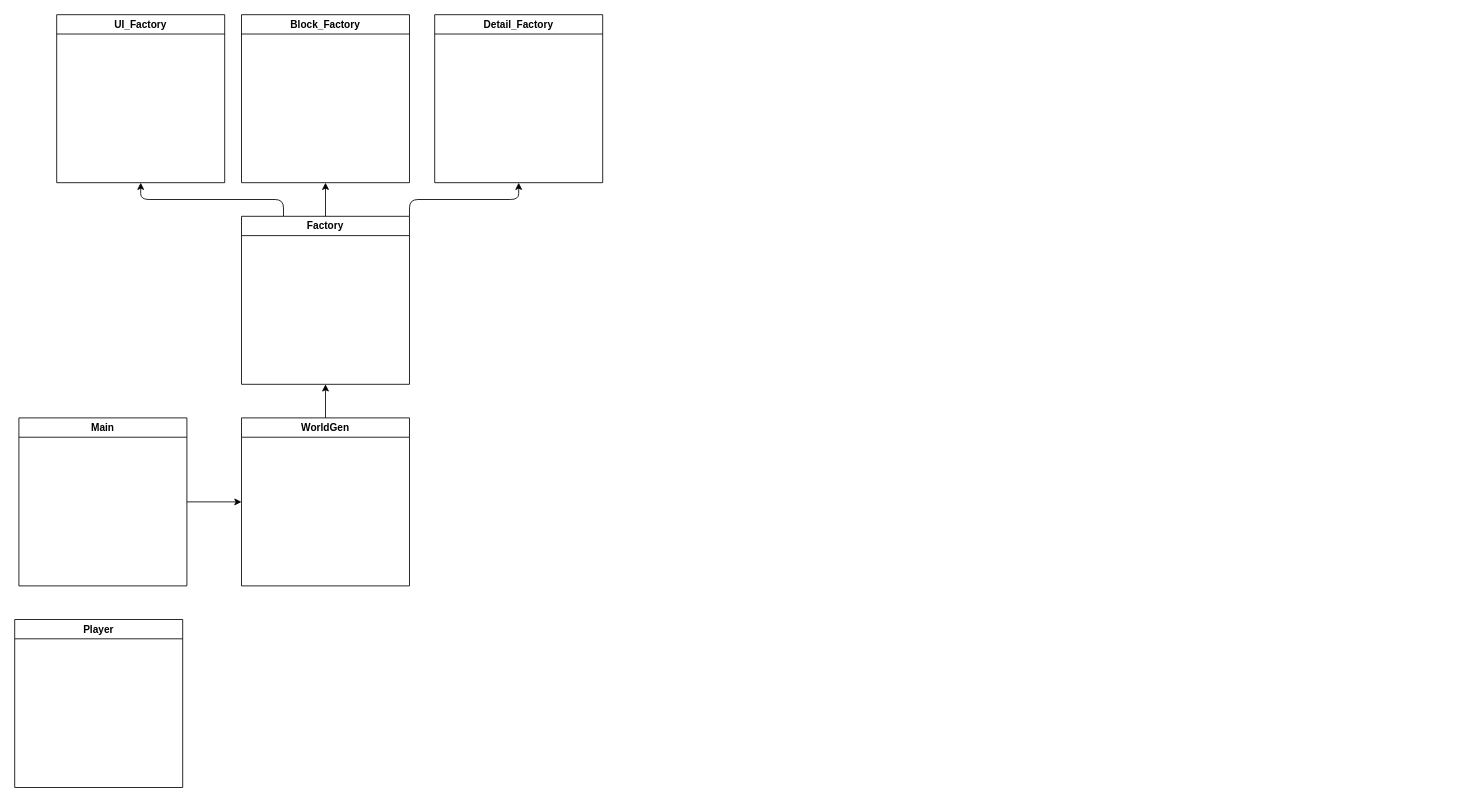
Before: Assets/UML.drawio in Dragonias01/Blockgame, a draw.io diagram. Source tidied: cells renumbered, new cells numbered last; positions are measured from the earlier drawing's top-left corner, leaving out a move shared by most shapes. Both pictures are drawn from the tidied source at 84%, with x=0, y=0 at pixel (14, 14).
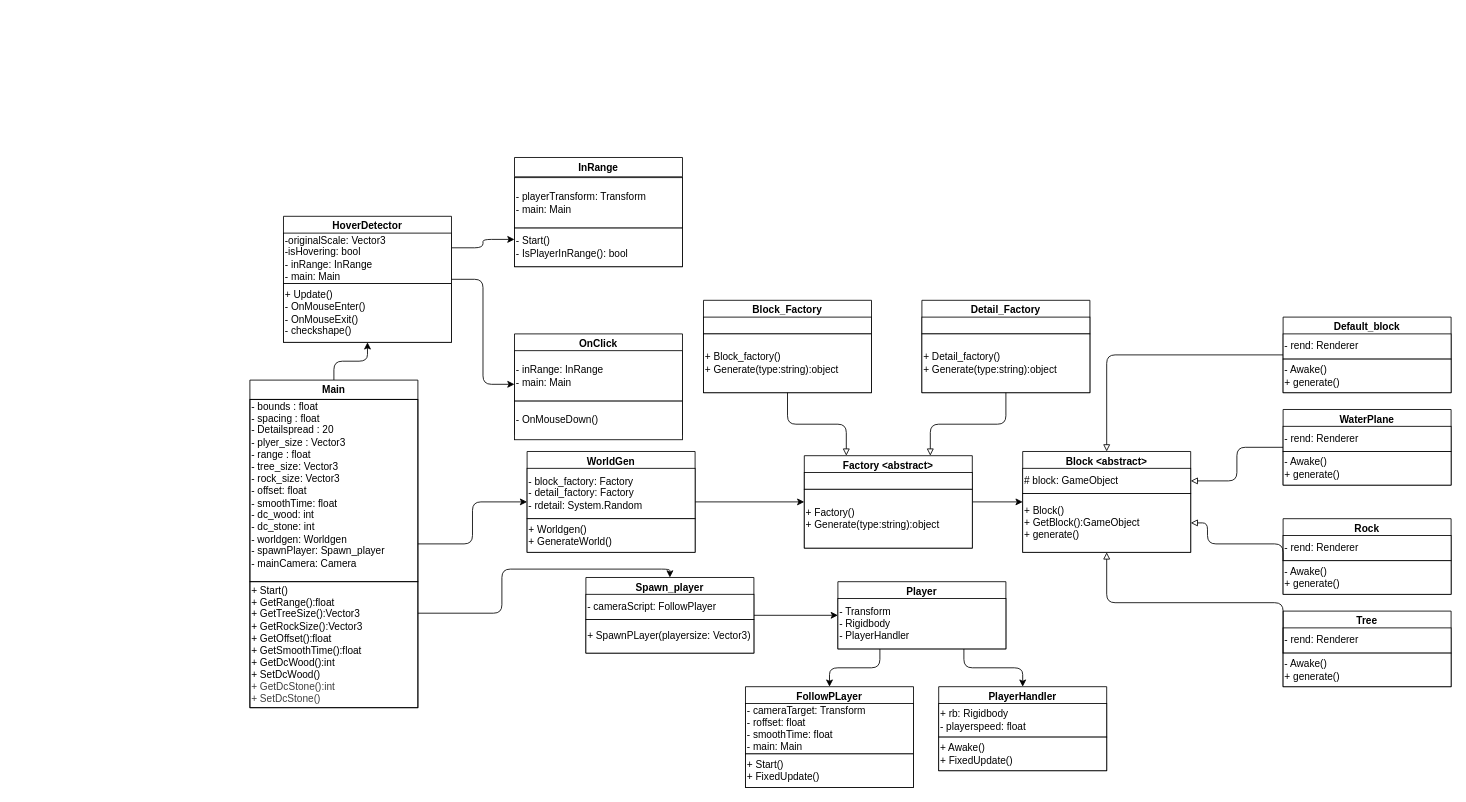
The same diagram, later.

The edit, as a diff of the source:
```diff
@@
-    <mxCell id="2" style="edgeStyle=none;html=1;exitX=1;exitY=0.5;exitDx=0;exitDy=0;entryX=0;entryY=0.5;entryDx=0;entryDy=0;" parent="1" edge="1" source="3" target="5">
+    <mxCell id="2" style="edgeStyle=orthogonalEdgeStyle;html=1;exitX=1;exitY=0.5;exitDx=0;exitDy=0;entryX=0;entryY=0.5;entryDx=0;entryDy=0;" parent="1" edge="1" source="3" target="5">
       <mxGeometry relative="1" as="geometry" />
     </mxCell>
+    <mxCell id="14" style="edgeStyle=orthogonalEdgeStyle;html=1;exitX=0.5;exitY=0;exitDx=0;exitDy=0;entryX=0.5;entryY=1;entryDx=0;entryDy=0;" parent="1" edge="1" source="3" target="64">
+      <mxGeometry relative="1" as="geometry" />
+    </mxCell>
     <mxCell id="3" value="Main" style="swimlane;whiteSpace=wrap;html=1;" parent="1" vertex="1">
-      <mxGeometry x="5" y="480" width="200" height="200" as="geometry" />
+      <mxGeometry x="280" y="435" width="200" height="390" as="geometry" />
     </mxCell>
+    <mxCell id="15" value="- bounds : float&lt;div&gt;- spacing : float&lt;/div&gt;&lt;div&gt;- Detailspread : 20&lt;/div&gt;&lt;div&gt;- plyer_size : Vector3&lt;/div&gt;&lt;div&gt;- range : float&lt;/div&gt;&lt;div&gt;- tree_size: Vector3&lt;/div&gt;&lt;div&gt;- rock_size: Vector3&lt;/div&gt;&lt;div&gt;- offset: float&lt;/div&gt;&lt;div&gt;- smoothTime: float&lt;/div&gt;&lt;div&gt;- dc_wood: int&lt;br&gt;- dc_stone: int&lt;br&gt;- worldgen: Worldgen&lt;/div&gt;&lt;div&gt;- spawnPlayer: Spawn_player&lt;br&gt;- mainCamera: Camera&lt;/div&gt;&lt;div&gt;&lt;br&gt;&lt;/div&gt;" style="whiteSpace=wrap;html=1;align=left;fillColor=none;" parent="3" vertex="1">
+      <mxGeometry y="23" width="200" height="217" as="geometry" />
+    </mxCell>
+    <mxCell id="16" value="+ Start()&lt;br&gt;+ GetRange():float&lt;div&gt;+ GetTreeSize():Vector3&lt;/div&gt;&lt;div&gt;+ GetRockSize():Vector3&lt;br&gt;+ GetOffset():float&lt;/div&gt;&lt;div&gt;+ GetSmoothTime():float&lt;/div&gt;&lt;div&gt;+ GetDcWood():int&lt;/div&gt;&lt;div&gt;+ SetDcWood()&lt;/div&gt;&lt;div&gt;&lt;div style=&quot;color: rgb(63, 63, 63); scrollbar-color: rgb(226, 226, 226) rgb(251, 251, 251);&quot;&gt;+ GetDcStone():int&lt;/div&gt;&lt;div style=&quot;color: rgb(63, 63, 63); scrollbar-color: rgb(226, 226, 226) rgb(251, 251, 251);&quot;&gt;+ SetDcStone()&lt;/div&gt;&lt;/div&gt;" style="whiteSpace=wrap;html=1;align=left;fillColor=none;" parent="3" vertex="1">
+      <mxGeometry y="240" width="200" height="150" as="geometry" />
+    </mxCell>
-    <mxCell id="4" style="edgeStyle=none;html=1;exitX=0.5;exitY=0;exitDx=0;exitDy=0;entryX=0.5;entryY=1;entryDx=0;entryDy=0;" parent="1" edge="1" source="5" target="10">
+    <mxCell id="4" style="edgeStyle=none;html=1;exitX=1;exitY=0.5;exitDx=0;exitDy=0;entryX=0;entryY=0.5;entryDx=0;entryDy=0;" parent="1" edge="1" source="5" target="10">
       <mxGeometry relative="1" as="geometry" />
     </mxCell>
     <mxCell id="5" value="WorldGen" style="swimlane;whiteSpace=wrap;html=1;" parent="1" vertex="1">
-      <mxGeometry x="270" y="480" width="200" height="200" as="geometry" />
+      <mxGeometry x="610" y="520" width="200" height="120" as="geometry" />
     </mxCell>
+    <mxCell id="17" value="- block_factory: Factory&lt;br&gt;- detail_factory: Factory&lt;br&gt;- rdetail: System.Random" style="whiteSpace=wrap;html=1;align=left;" parent="5" vertex="1">
+      <mxGeometry y="20" width="200" height="60" as="geometry" />
+    </mxCell>
+    <mxCell id="18" value="+ Worldgen()&lt;div&gt;+ GenerateWorld()&lt;/div&gt;" style="whiteSpace=wrap;html=1;align=left;" parent="5" vertex="1">
+      <mxGeometry y="80" width="200" height="40" as="geometry" />
+    </mxCell>
-    <mxCell id="6" value="Player" style="swimlane;whiteSpace=wrap;html=1;" parent="1" vertex="1">
-      <mxGeometry y="720" width="200" height="200" as="geometry" />
+    <mxCell id="6" value="FollowPLayer" style="swimlane;whiteSpace=wrap;html=1;" parent="1" vertex="1">
+      <mxGeometry x="870" y="800" width="200" height="120" as="geometry" />
     </mxCell>
-    <mxCell id="7" style="edgeStyle=orthogonalEdgeStyle;html=1;exitX=0.25;exitY=0;exitDx=0;exitDy=0;entryX=0.5;entryY=1;entryDx=0;entryDy=0;" parent="1" edge="1" source="10" target="11">
-      <mxGeometry relative="1" as="geometry" />
-    </mxCell>
-    <mxCell id="8" style="edgeStyle=none;html=1;exitX=0.5;exitY=0;exitDx=0;exitDy=0;entryX=0.5;entryY=1;entryDx=0;entryDy=0;" parent="1" edge="1" source="10" target="12">
-      <mxGeometry relative="1" as="geometry" />
-    </mxCell>
-    <mxCell id="9" style="edgeStyle=orthogonalEdgeStyle;html=1;exitX=1;exitY=0;exitDx=0;exitDy=0;entryX=0.5;entryY=1;entryDx=0;entryDy=0;" parent="1" edge="1" source="10" target="13">
-      <mxGeometry relative="1" as="geometry" />
-    </mxCell>
+    <mxCell id="19" value="- cameraTarget: Transform&lt;br&gt;- roffset: float&lt;div&gt;- smoothTime: float&lt;br&gt;- main: Main&lt;/div&gt;" style="whiteSpace=wrap;html=1;align=left;" parent="6" vertex="1">
+      <mxGeometry y="20" width="200" height="60" as="geometry" />
+    </mxCell>
+    <mxCell id="20" value="+ Start()&lt;div&gt;+ FixedUpdate()&lt;/div&gt;" style="whiteSpace=wrap;html=1;align=left;" parent="6" vertex="1">
+      <mxGeometry y="80" width="200" height="40" as="geometry" />
+    </mxCell>
+    <mxCell id="21" style="edgeStyle=none;html=1;exitX=1;exitY=0.5;exitDx=0;exitDy=0;entryX=0;entryY=0.5;entryDx=0;entryDy=0;" parent="1" edge="1" source="10" target="35">
+      <mxGeometry relative="1" as="geometry" />
+    </mxCell>
-    <mxCell id="10" value="Factory" style="swimlane;whiteSpace=wrap;html=1;" parent="1" vertex="1">
-      <mxGeometry x="270" y="240" width="200" height="200" as="geometry" />
+    <mxCell id="10" value="Factory &amp;lt;abstract&amp;gt;" style="swimlane;whiteSpace=wrap;html=1;" parent="1" vertex="1">
+      <mxGeometry x="940" y="525" width="200" height="110" as="geometry" />
     </mxCell>
-    <mxCell id="11" value="UI_Factory" style="swimlane;whiteSpace=wrap;html=1;" parent="1" vertex="1">
-      <mxGeometry x="50" width="200" height="200" as="geometry" />
-    </mxCell>
+    <mxCell id="22" style="whiteSpace=wrap;html=1;align=left;" parent="10" vertex="1">
+      <mxGeometry y="20" width="200" height="20" as="geometry" />
+    </mxCell>
+    <mxCell id="23" value="+ Factory()&lt;div&gt;+ Generate(type:string):object&lt;/div&gt;" style="whiteSpace=wrap;html=1;align=left;" parent="10" vertex="1">
+      <mxGeometry y="40" width="200" height="70" as="geometry" />
+    </mxCell>
     <mxCell id="12" value="Block_Factory" style="swimlane;whiteSpace=wrap;html=1;" parent="1" vertex="1">
-      <mxGeometry x="270" width="200" height="200" as="geometry" />
+      <mxGeometry x="820" y="340" width="200" height="110" as="geometry" />
     </mxCell>
+    <mxCell id="24" style="whiteSpace=wrap;html=1;align=left;" parent="12" vertex="1">
+      <mxGeometry y="20" width="200" height="20" as="geometry" />
+    </mxCell>
+    <mxCell id="25" value="+ Block_factory()&lt;div&gt;+ Generate(type:string):object&lt;/div&gt;" style="whiteSpace=wrap;html=1;align=left;" parent="12" vertex="1">
+      <mxGeometry y="40" width="200" height="70" as="geometry" />
+    </mxCell>
     <mxCell id="13" value="Detail_Factory" style="swimlane;whiteSpace=wrap;html=1;" parent="1" vertex="1">
-      <mxGeometry x="500" width="200" height="200" as="geometry" />
+      <mxGeometry x="1080" y="340" width="200" height="110" as="geometry" />
     </mxCell>
+    <mxCell id="26" style="whiteSpace=wrap;html=1;align=left;" parent="13" vertex="1">
+      <mxGeometry y="20" width="200" height="20" as="geometry" />
+    </mxCell>
+    <mxCell id="27" value="+ Detail_factory()&lt;div&gt;+ Generate(type:string):object&lt;/div&gt;" style="whiteSpace=wrap;html=1;align=left;" parent="13" vertex="1">
+      <mxGeometry y="40" width="200" height="70" as="geometry" />
+    </mxCell>
+    <mxCell id="28" value="PlayerHandler" style="swimlane;whiteSpace=wrap;html=1;" parent="1" vertex="1">
+      <mxGeometry x="1100" y="800" width="200" height="100" as="geometry" />
+    </mxCell>
+    <mxCell id="29" value="+ rb: Rigidbody&lt;div&gt;- playerspeed: float&lt;/div&gt;" style="whiteSpace=wrap;html=1;align=left;" parent="28" vertex="1">
+      <mxGeometry y="20" width="200" height="40" as="geometry" />
+    </mxCell>
+    <mxCell id="30" value="+ Awake()&lt;div&gt;+ FixedUpdate()&lt;/div&gt;" style="whiteSpace=wrap;html=1;align=left;" parent="28" vertex="1">
+      <mxGeometry y="60" width="200" height="40" as="geometry" />
+    </mxCell>
+    <mxCell id="31" style="edgeStyle=none;html=1;exitX=1;exitY=0.5;exitDx=0;exitDy=0;entryX=0;entryY=0.5;entryDx=0;entryDy=0;" parent="1" edge="1" source="32" target="54">
+      <mxGeometry relative="1" as="geometry" />
+    </mxCell>
+    <mxCell id="32" value="Spawn_player" style="swimlane;whiteSpace=wrap;html=1;" parent="1" vertex="1">
+      <mxGeometry x="680" y="670" width="200" height="90" as="geometry" />
+    </mxCell>
+    <mxCell id="33" value="- cameraScript: FollowPlayer" style="whiteSpace=wrap;html=1;align=left;" parent="32" vertex="1">
+      <mxGeometry y="20" width="200" height="30" as="geometry" />
+    </mxCell>
+    <mxCell id="34" value="+ SpawnPLayer(playersize: Vector3)" style="whiteSpace=wrap;html=1;align=left;" parent="32" vertex="1">
+      <mxGeometry y="50" width="200" height="40" as="geometry" />
+    </mxCell>
+    <mxCell id="35" value="Block &amp;lt;abstract&amp;gt;" style="swimlane;whiteSpace=wrap;html=1;startSize=23;" parent="1" vertex="1">
+      <mxGeometry x="1200" y="520" width="200" height="120" as="geometry" />
+    </mxCell>
+    <mxCell id="36" value="# block: GameObject" style="whiteSpace=wrap;html=1;align=left;" parent="35" vertex="1">
+      <mxGeometry y="20" width="200" height="30" as="geometry" />
+    </mxCell>
+    <mxCell id="37" value="+ Block()&lt;div&gt;+ GetBlock():GameObject&lt;br&gt;+ generate()&lt;/div&gt;" style="whiteSpace=wrap;html=1;align=left;" parent="35" vertex="1">
+      <mxGeometry y="50" width="200" height="70" as="geometry" />
+    </mxCell>
+    <mxCell id="38" style="edgeStyle=orthogonalEdgeStyle;html=1;exitX=0;exitY=0.5;exitDx=0;exitDy=0;entryX=0.5;entryY=0;entryDx=0;entryDy=0;endArrow=block;endFill=0;" parent="1" edge="1" source="39" target="35">
+      <mxGeometry relative="1" as="geometry" />
+    </mxCell>
+    <mxCell id="39" value="Default_block" style="swimlane;whiteSpace=wrap;html=1;" parent="1" vertex="1">
+      <mxGeometry x="1510" y="360" width="200" height="90" as="geometry" />
+    </mxCell>
+    <mxCell id="40" value="- rend: Renderer" style="whiteSpace=wrap;html=1;align=left;" parent="39" vertex="1">
+      <mxGeometry y="20" width="200" height="30" as="geometry" />
+    </mxCell>
+    <mxCell id="41" value="- Awake()&lt;br&gt;+ generate()" style="whiteSpace=wrap;html=1;align=left;" parent="39" vertex="1">
+      <mxGeometry y="50" width="200" height="40" as="geometry" />
+    </mxCell>
+    <mxCell id="42" style="edgeStyle=orthogonalEdgeStyle;html=1;exitX=0;exitY=0.5;exitDx=0;exitDy=0;entryX=1;entryY=0.5;entryDx=0;entryDy=0;endArrow=block;endFill=0;" parent="1" edge="1" source="43" target="36">
+      <mxGeometry relative="1" as="geometry" />
+    </mxCell>
+    <mxCell id="43" value="WaterPlane" style="swimlane;whiteSpace=wrap;html=1;" parent="1" vertex="1">
+      <mxGeometry x="1510" y="470" width="200" height="90" as="geometry" />
+    </mxCell>
+    <mxCell id="44" value="- rend: Renderer" style="whiteSpace=wrap;html=1;align=left;" parent="43" vertex="1">
+      <mxGeometry y="20" width="200" height="30" as="geometry" />
+    </mxCell>
+    <mxCell id="45" value="- Awake()&lt;br&gt;+ generate()" style="whiteSpace=wrap;html=1;align=left;" parent="43" vertex="1">
+      <mxGeometry y="50" width="200" height="40" as="geometry" />
+    </mxCell>
+    <mxCell id="46" value="Rock" style="swimlane;whiteSpace=wrap;html=1;" parent="1" vertex="1">
+      <mxGeometry x="1510" y="600" width="200" height="90" as="geometry" />
+    </mxCell>
+    <mxCell id="47" value="- rend: Renderer" style="whiteSpace=wrap;html=1;align=left;" parent="46" vertex="1">
+      <mxGeometry y="20" width="200" height="30" as="geometry" />
+    </mxCell>
+    <mxCell id="48" value="- Awake()&lt;br&gt;+ generate()" style="whiteSpace=wrap;html=1;align=left;" parent="46" vertex="1">
+      <mxGeometry y="50" width="200" height="40" as="geometry" />
+    </mxCell>
+    <mxCell id="49" value="Tree" style="swimlane;whiteSpace=wrap;html=1;" parent="1" vertex="1">
+      <mxGeometry x="1510" y="710" width="200" height="90" as="geometry" />
+    </mxCell>
+    <mxCell id="50" value="- rend: Renderer" style="whiteSpace=wrap;html=1;align=left;" parent="49" vertex="1">
+      <mxGeometry y="20" width="200" height="30" as="geometry" />
+    </mxCell>
+    <mxCell id="51" value="- Awake()&lt;br&gt;+ generate()" style="whiteSpace=wrap;html=1;align=left;" parent="49" vertex="1">
+      <mxGeometry y="50" width="200" height="40" as="geometry" />
+    </mxCell>
+    <mxCell id="52" style="edgeStyle=orthogonalEdgeStyle;html=1;exitX=0.75;exitY=1;exitDx=0;exitDy=0;entryX=0.5;entryY=0;entryDx=0;entryDy=0;" parent="1" edge="1" source="54" target="28">
+      <mxGeometry relative="1" as="geometry" />
+    </mxCell>
+    <mxCell id="53" style="edgeStyle=orthogonalEdgeStyle;html=1;exitX=0.25;exitY=1;exitDx=0;exitDy=0;entryX=0.5;entryY=0;entryDx=0;entryDy=0;" parent="1" edge="1" source="54" target="6">
+      <mxGeometry relative="1" as="geometry" />
+    </mxCell>
+    <mxCell id="54" value="Player" style="swimlane;whiteSpace=wrap;html=1;" parent="1" vertex="1">
+      <mxGeometry x="980" y="675" width="200" height="80" as="geometry" />
+    </mxCell>
+    <mxCell id="55" value="- Transform&lt;div&gt;- Rigidbody&lt;/div&gt;&lt;div&gt;- PlayerHandler&lt;/div&gt;" style="whiteSpace=wrap;html=1;align=left;" parent="54" vertex="1">
+      <mxGeometry y="20" width="200" height="60" as="geometry" />
+    </mxCell>
+    <mxCell id="56" value="InRange" style="swimlane;whiteSpace=wrap;html=1;" parent="1" vertex="1">
+      <mxGeometry x="595" y="170" width="200" height="130" as="geometry" />
+    </mxCell>
+    <mxCell id="57" value="- playerTransform: Transform&lt;br&gt;- main: Main" style="whiteSpace=wrap;html=1;align=left;" parent="56" vertex="1">
+      <mxGeometry y="24" width="200" height="60" as="geometry" />
+    </mxCell>
+    <mxCell id="58" value="- Start()&lt;br&gt;- IsPlayerInRange(): bool" style="whiteSpace=wrap;html=1;align=left;" parent="56" vertex="1">
+      <mxGeometry y="84" width="200" height="46" as="geometry" />
+    </mxCell>
+    <mxCell id="59" value="OnClick" style="swimlane;whiteSpace=wrap;html=1;" parent="1" vertex="1">
+      <mxGeometry x="595" y="380" width="200" height="120" as="geometry" />
+    </mxCell>
+    <mxCell id="60" value="&lt;span style=&quot;scrollbar-color: rgb(226, 226, 226) rgb(251, 251, 251); color: rgb(0, 0, 0);&quot;&gt;- inRange: InRange&lt;/span&gt;&lt;br style=&quot;scrollbar-color: rgb(226, 226, 226) rgb(251, 251, 251); color: rgb(63, 63, 63);&quot;&gt;&lt;span style=&quot;scrollbar-color: rgb(226, 226, 226) rgb(251, 251, 251); color: rgb(0, 0, 0);&quot;&gt;- main: Main&lt;/span&gt;" style="whiteSpace=wrap;html=1;align=left;" parent="59" vertex="1">
+      <mxGeometry y="20" width="200" height="60" as="geometry" />
+    </mxCell>
+    <mxCell id="61" value="&lt;span style=&quot;color: rgb(0, 0, 0);&quot;&gt;- OnMouseDown()&lt;/span&gt;" style="whiteSpace=wrap;html=1;align=left;" parent="59" vertex="1">
+      <mxGeometry y="80" width="200" height="46" as="geometry" />
+    </mxCell>
+    <mxCell id="62" style="edgeStyle=orthogonalEdgeStyle;html=1;exitX=1;exitY=0.5;exitDx=0;exitDy=0;entryX=0;entryY=0.5;entryDx=0;entryDy=0;" parent="1" edge="1" source="64" target="59">
+      <mxGeometry relative="1" as="geometry" />
+    </mxCell>
+    <mxCell id="63" style="edgeStyle=orthogonalEdgeStyle;html=1;exitX=1;exitY=0.25;exitDx=0;exitDy=0;entryX=0;entryY=0.75;entryDx=0;entryDy=0;" parent="1" edge="1" source="64" target="56">
+      <mxGeometry relative="1" as="geometry" />
+    </mxCell>
+    <mxCell id="64" value="HoverDetector" style="swimlane;whiteSpace=wrap;html=1;" parent="1" vertex="1">
+      <mxGeometry x="320" y="240" width="200" height="150" as="geometry" />
+    </mxCell>
+    <mxCell id="65" value="+ Update()&lt;br&gt;- OnMouseEnter()&lt;div&gt;- OnMouseExit()&lt;br&gt;- checkshape()&lt;/div&gt;" style="whiteSpace=wrap;html=1;align=left;" parent="64" vertex="1">
+      <mxGeometry y="80" width="200" height="70" as="geometry" />
+    </mxCell>
+    <mxCell id="66" value="&lt;div&gt;&lt;span style=&quot;color: rgb(0, 0, 0);&quot;&gt;-originalScale: Vector3&lt;br&gt;-isHovering: bool&lt;/span&gt;&lt;/div&gt;&lt;span style=&quot;color: rgb(0, 0, 0);&quot;&gt;- inRange: InRange&lt;/span&gt;&lt;br style=&quot;color: rgb(63, 63, 63); scrollbar-color: rgb(226, 226, 226) rgb(251, 251, 251);&quot;&gt;&lt;span style=&quot;color: rgb(0, 0, 0);&quot;&gt;- main: Main&lt;/span&gt;" style="whiteSpace=wrap;html=1;align=left;" parent="64" vertex="1">
+      <mxGeometry y="20" width="200" height="60" as="geometry" />
+    </mxCell>
+    <mxCell id="67" style="edgeStyle=orthogonalEdgeStyle;html=1;exitX=1;exitY=0.25;exitDx=0;exitDy=0;entryX=0.5;entryY=0;entryDx=0;entryDy=0;" parent="1" edge="1" source="16" target="32">
+      <mxGeometry relative="1" as="geometry" />
+    </mxCell>
+    <mxCell id="68" style="edgeStyle=orthogonalEdgeStyle;html=1;exitX=0;exitY=0;exitDx=0;exitDy=0;entryX=0.5;entryY=1;entryDx=0;entryDy=0;endArrow=block;endFill=0;" parent="1" edge="1" source="51" target="35">
+      <mxGeometry relative="1" as="geometry" />
+    </mxCell>
+    <mxCell id="69" style="edgeStyle=orthogonalEdgeStyle;html=1;exitX=0;exitY=0;exitDx=0;exitDy=0;entryX=1;entryY=0.5;entryDx=0;entryDy=0;endArrow=block;endFill=0;" parent="1" edge="1" source="48" target="37">
+      <mxGeometry relative="1" as="geometry">
+        <Array as="points">
+          <mxPoint x="1510" y="630" />
+          <mxPoint x="1420" y="630" />
+          <mxPoint x="1420" y="605" />
+        </Array>
+      </mxGeometry>
+    </mxCell>
+    <mxCell id="70" style="edgeStyle=orthogonalEdgeStyle;html=1;exitX=0.5;exitY=1;exitDx=0;exitDy=0;entryX=0.25;entryY=0;entryDx=0;entryDy=0;endArrow=block;endFill=0;" parent="1" edge="1" source="25" target="10">
+      <mxGeometry relative="1" as="geometry" />
+    </mxCell>
+    <mxCell id="71" style="edgeStyle=orthogonalEdgeStyle;html=1;exitX=0.5;exitY=1;exitDx=0;exitDy=0;entryX=0.75;entryY=0;entryDx=0;entryDy=0;endArrow=block;endFill=0;" parent="1" edge="1" source="27" target="10">
+      <mxGeometry relative="1" as="geometry" />
+    </mxCell>
```
